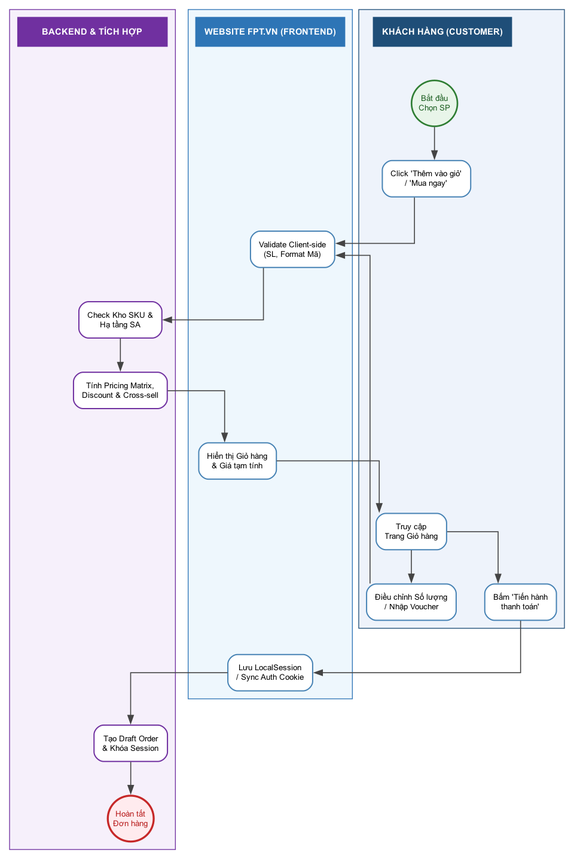
Earlier version of the Graphviz export diagrams/bpmn_cart_overview.png (hathuy2706-BA/FPT). Its source is kept beside it as diagrams/bpmn_cart_overview.dot.
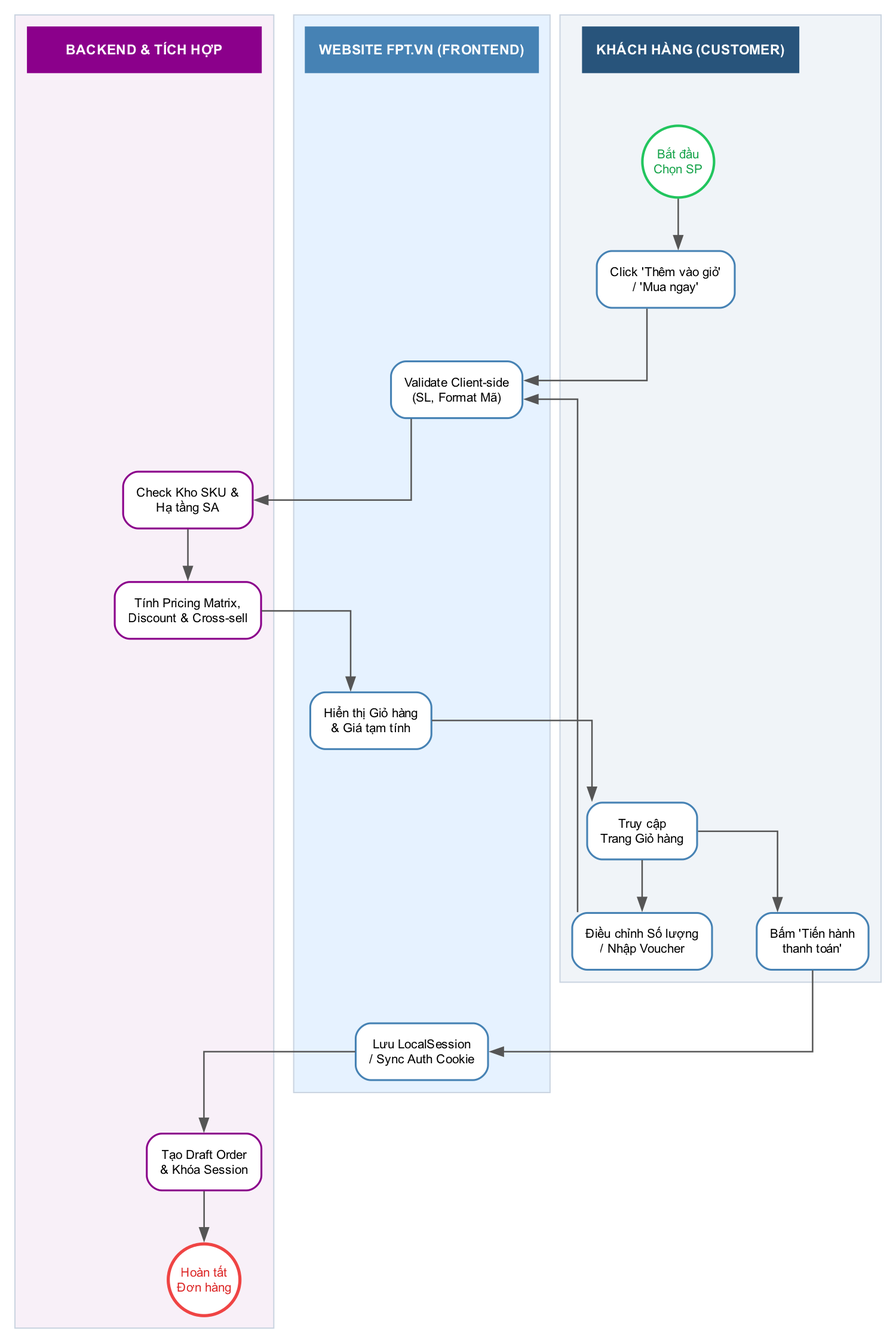
The same diagram one commit later.

Change to the diagram source:
```diff
@@ -9,12 +9,12 @@
     fontname="Arial";
 
     node [fontname="Arial", fontsize=10, shape=box, style="rounded,filled", fillcolor="white", color="#4682B4", penwidth=1.5, margin=0.15];
-    edge [fontname="Arial", fontsize=9, color="#444444", penwidth=1.2];
+    edge [fontname="Arial", fontsize=9, color="#555555", penwidth=1.2];
 
     subgraph cluster_customer {
-        style=filled; color="#1f4e78"; fillcolor="#eef3fb"; penwidth=1; label=""; margin=10;
-        h_cust [label="KHÁCH HÀNG (CUSTOMER)", shape=box, style="filled", fillcolor="#1f4e78", color="#1f4e78", fontcolor="white", fontsize=11, fontname="Arial bold", width=2.4, height=0.5, fixedsize=false];
-        start [label="Bắt đầu\nChọn SP", shape=circle, style="filled,bold", fillcolor="#e8f5e9", color="#2e7d32", fontcolor="#1b5e20", penwidth=2, width=0.8, fixedsize=true];
+        style=filled; color="#CBD5E1"; fillcolor="#F0F4F8"; penwidth=1; label=""; margin=10;
+        h_cust [label="KHÁCH HÀNG (CUSTOMER)", shape=box, style="filled", fillcolor="#28547B", color="#28547B", fontcolor="white", fontsize=11, fontname="Arial bold", width=2.4, height=0.5, fixedsize=false];
+        start [label="Bắt đầu\nChọn SP", shape=circle, style="filled,bold", fillcolor="white", color="#22C55E", fontcolor="#16A34A", penwidth=2, width=0.8, fixedsize=true];
         add_to_cart [label="Click 'Thêm vào giỏ'\n/ 'Mua ngay'"];
         view_cart [label="Truy cập\nTrang Giỏ hàng"];
         update_qty [label="Điều chỉnh Số lượng\n/ Nhập Voucher"];
@@ -22,20 +22,20 @@
         h_cust -> start [style=invis];
     }
     subgraph cluster_fe {
-        style=filled; color="#2e75b6"; fillcolor="#eef7fd"; penwidth=1; label=""; margin=10;
-        h_fe [label="WEBSITE FPT.VN (FRONTEND)", shape=box, style="filled", fillcolor="#2e75b6", color="#2e75b6", fontcolor="white", fontsize=11, fontname="Arial bold", width=2.4, height=0.5, fixedsize=false];
+        style=filled; color="#CBD5E1"; fillcolor="#E6F2FF"; penwidth=1; label=""; margin=10;
+        h_fe [label="WEBSITE FPT.VN (FRONTEND)", shape=box, style="filled", fillcolor="#4682B4", color="#4682B4", fontcolor="white", fontsize=11, fontname="Arial bold", width=2.4, height=0.5, fixedsize=false];
         validate_input [label="Validate Client-side\n(SL, Format Mã)"];
         render_cart [label="Hiển thị Giỏ hàng\n& Giá tạm tính"];
         store_session [label="Lưu LocalSession\n/ Sync Auth Cookie"];
         h_fe -> validate_input [style=invis];
     }
     subgraph cluster_be {
-        style=filled; color="#7030a0"; fillcolor="#f6f0fb"; penwidth=1; label=""; margin=10;
-        h_be [label="BACKEND & TÍCH HỢP", shape=box, style="filled", fillcolor="#7030a0", color="#7030a0", fontcolor="white", fontsize=11, fontname="Arial bold", width=2.6, height=0.5, fixedsize=false];
-        check_inv [label="Check Kho SKU &\nHạ tầng SA", color="#7030a0"];
-        calc_price [label="Tính Pricing Matrix,\nDiscount & Cross-sell", color="#7030a0"];
-        lock_cart [label="Tạo Draft Order\n& Khóa Session", color="#7030a0"];
-        end [label="Hoàn tất\nĐơn hàng", shape=circle, style="filled,bold", fillcolor="#ffebee", color="#c62828", fontcolor="#b71c1c", penwidth=2.5, width=0.8, fixedsize=true];
+        style=filled; color="#CBD5E1"; fillcolor="#F8F0F8"; penwidth=1; label=""; margin=10;
+        h_be [label="BACKEND & TÍCH HỢP", shape=box, style="filled", fillcolor="#8B008B", color="#8B008B", fontcolor="white", fontsize=11, fontname="Arial bold", width=2.6, height=0.5, fixedsize=false];
+        check_inv [label="Check Kho SKU &\nHạ tầng SA", color="#8B008B"];
+        calc_price [label="Tính Pricing Matrix,\nDiscount & Cross-sell", color="#8B008B"];
+        lock_cart [label="Tạo Draft Order\n& Khóa Session", color="#8B008B"];
+        end [label="Hoàn tất\nĐơn hàng", shape=circle, style="filled,bold", fillcolor="white", color="#EF4444", fontcolor="#DC2626", penwidth=2.5, width=0.8, fixedsize=true];
         h_be -> check_inv [style=invis];
     }
 
```
